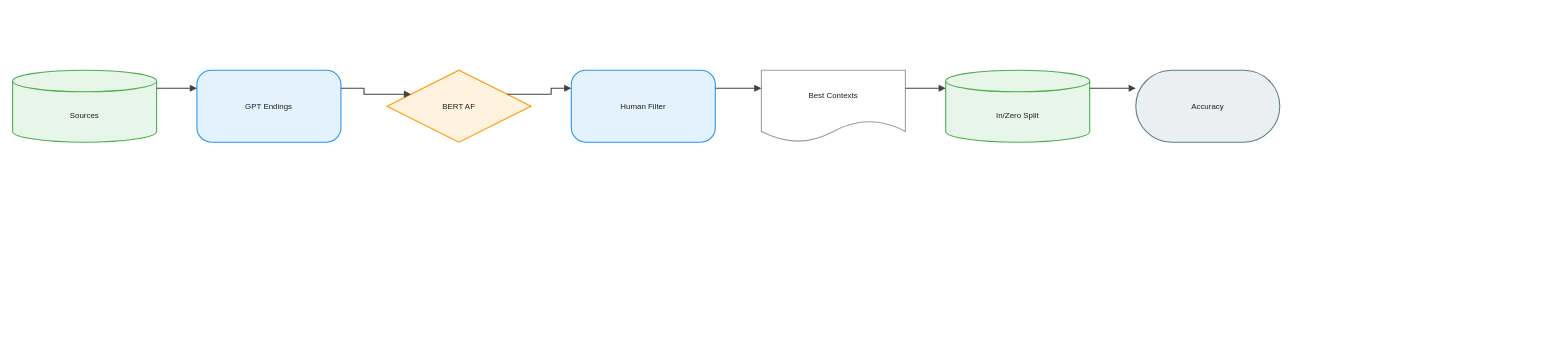
This is client/public/drawio/HellaSwag/HellaSwag.en.drawio from joe1chief/benchmark-hub, a draw.io file, before an edit. Source tidied: cells renumbered, new cells numbered last; positions are measured from the earlier drawing's top-left corner, leaving out a move shared by most shapes. Both pictures are drawn from the tidied source at 72%, with x=0, y=0 at pixel (12, 70).
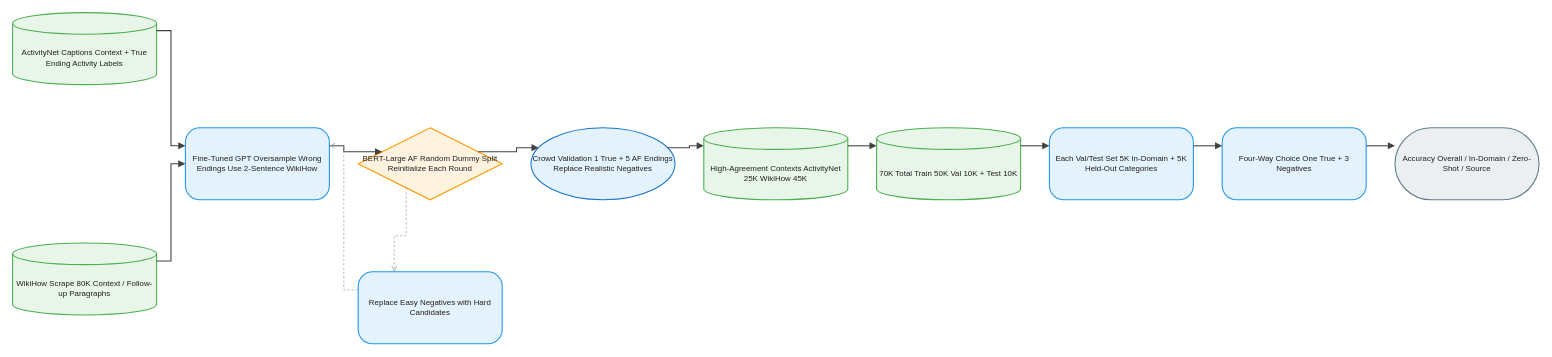
The same page after the edit.

Diff of the diagram source:
```diff
@@
-    <mxCell id="2" value="Sources" style="shape=cylinder3;boundedLbl=1;backgroundOutline=1;size=15;html=1;whiteSpace=wrap;fillColor=#E8F5E9;strokeColor=#4CAF50;strokeWidth=1.5;fontColor=#212121;fontSize=11;fontFamily=Arial, Helvetica, sans-serif;verticalAlign=middle;align=center;" parent="1" vertex="1">
-      <mxGeometry width="200" height="100" as="geometry" />
+    <mxCell id="2" value="ActivityNet Captions Context + True Ending Activity Labels" style="shape=cylinder3;boundedLbl=1;backgroundOutline=1;size=15;html=1;whiteSpace=wrap;fillColor=#E8F5E9;strokeColor=#4CAF50;strokeWidth=1.5;fontColor=#212121;fontSize=11;fontFamily=Arial, Helvetica, sans-serif;verticalAlign=middle;align=center;" parent="1" vertex="1">
+      <mxGeometry y="-80" width="200" height="100" as="geometry" />
     </mxCell>
-    <mxCell id="3" value="GPT Endings" style="rounded=1;arcSize=20;html=1;whiteSpace=wrap;fillColor=#E3F2FD;strokeColor=#2196F3;strokeWidth=1.5;fontColor=#212121;fontSize=11;fontFamily=Arial, Helvetica, sans-serif;verticalAlign=middle;align=center;" parent="1" vertex="1">
-      <mxGeometry x="256" width="200" height="100" as="geometry" />
+    <mxCell id="3" value="WikiHow Scrape 80K Context / Follow-up Paragraphs" style="shape=cylinder3;boundedLbl=1;backgroundOutline=1;size=15;html=1;whiteSpace=wrap;fillColor=#E8F5E9;strokeColor=#4CAF50;strokeWidth=1.5;fontColor=#212121;fontSize=11;fontFamily=Arial, Helvetica, sans-serif;verticalAlign=middle;align=center;" parent="1" vertex="1">
+      <mxGeometry y="240" width="200" height="100" as="geometry" />
     </mxCell>
-    <mxCell id="4" value="BERT AF" style="rhombus;html=1;whiteSpace=wrap;fillColor=#FFF3E0;strokeColor=#FF9800;strokeWidth=1.5;fontColor=#212121;fontSize=11;fontFamily=Arial, Helvetica, sans-serif;verticalAlign=middle;align=center;" parent="1" vertex="1">
-      <mxGeometry x="520" width="200" height="100" as="geometry" />
+    <mxCell id="4" value="Fine-Tuned GPT Oversample Wrong Endings Use 2-Sentence WikiHow" style="rounded=1;arcSize=20;html=1;whiteSpace=wrap;fillColor=#E3F2FD;strokeColor=#2196F3;strokeWidth=1.5;fontColor=#212121;fontSize=11;fontFamily=Arial, Helvetica, sans-serif;verticalAlign=middle;align=center;" parent="1" vertex="1">
+      <mxGeometry x="240" y="80" width="200" height="100" as="geometry" />
     </mxCell>
-    <mxCell id="5" value="Human Filter" style="rounded=1;arcSize=20;html=1;whiteSpace=wrap;fillColor=#E3F2FD;strokeColor=#2196F3;strokeWidth=1.5;fontColor=#212121;fontSize=11;fontFamily=Arial, Helvetica, sans-serif;verticalAlign=middle;align=center;" parent="1" vertex="1">
-      <mxGeometry x="776" width="200" height="100" as="geometry" />
+    <mxCell id="5" value="BERT-Large AF Random Dummy Split Reinitialize Each Round" style="rhombus;html=1;whiteSpace=wrap;fillColor=#FFF3E0;strokeColor=#FF9800;strokeWidth=1.5;fontColor=#212121;fontSize=11;fontFamily=Arial, Helvetica, sans-serif;verticalAlign=middle;align=center;" parent="1" vertex="1">
+      <mxGeometry x="480" y="80" width="200" height="100" as="geometry" />
     </mxCell>
-    <mxCell id="6" value="Best Contexts" style="shape=document;boundedLbl=1;html=1;whiteSpace=wrap;fillColor=#FFFFFF;strokeColor=#9E9E9E;strokeWidth=1.5;fontColor=#212121;fontSize=11;fontFamily=Arial, Helvetica, sans-serif;verticalAlign=middle;align=center;" parent="1" vertex="1">
-      <mxGeometry x="1040" width="200" height="100" as="geometry" />
+    <mxCell id="6" value="Replace Easy Negatives with Hard Candidates" style="rounded=1;arcSize=20;html=1;whiteSpace=wrap;fillColor=#E3F2FD;strokeColor=#2196F3;strokeWidth=1.5;fontColor=#212121;fontSize=11;fontFamily=Arial, Helvetica, sans-serif;verticalAlign=middle;align=center;" parent="1" vertex="1">
+      <mxGeometry x="480" y="280" width="200" height="100" as="geometry" />
     </mxCell>
-    <mxCell id="7" value="In/Zero Split" style="shape=cylinder3;boundedLbl=1;backgroundOutline=1;size=15;html=1;whiteSpace=wrap;fillColor=#E8F5E9;strokeColor=#4CAF50;strokeWidth=1.5;fontColor=#212121;fontSize=11;fontFamily=Arial, Helvetica, sans-serif;verticalAlign=middle;align=center;" parent="1" vertex="1">
-      <mxGeometry x="1296" width="200" height="100" as="geometry" />
+    <mxCell id="7" value="Crowd Validation 1 True + 5 AF Endings Replace Realistic Negatives" style="ellipse;html=1;whiteSpace=wrap;fillColor=#E3F2FD;strokeColor=#1976D2;strokeWidth=1.5;fontColor=#212121;fontSize=11;fontFamily=Arial, Helvetica, sans-serif;verticalAlign=middle;align=center;" parent="1" vertex="1">
+      <mxGeometry x="720" y="80" width="200" height="100" as="geometry" />
     </mxCell>
-    <mxCell id="8" value="Accuracy" style="rounded=1;arcSize=50;html=1;whiteSpace=wrap;fillColor=#ECEFF1;strokeColor=#607D8B;strokeWidth=1.5;fontColor=#212121;fontSize=11;fontFamily=Arial, Helvetica, sans-serif;verticalAlign=middle;align=center;" parent="1" vertex="1">
-      <mxGeometry x="1560" width="200" height="100" as="geometry" />
+    <mxCell id="8" value="High-Agreement Contexts ActivityNet 25K WikiHow 45K" style="shape=cylinder3;boundedLbl=1;backgroundOutline=1;size=15;html=1;whiteSpace=wrap;fillColor=#E8F5E9;strokeColor=#4CAF50;strokeWidth=1.5;fontColor=#212121;fontSize=11;fontFamily=Arial, Helvetica, sans-serif;verticalAlign=middle;align=center;" parent="1" vertex="1">
+      <mxGeometry x="960" y="80" width="200" height="100" as="geometry" />
     </mxCell>
-    <mxCell id="9" style="edgeStyle=orthogonalEdgeStyle;rounded=0;jettySize=auto;html=1;strokeColor=#424242;strokeWidth=1.5;endArrow=block;endFill=1;exitX=1;exitY=0.25;exitDx=0;exitDy=0;entryX=0;entryY=0.25;entryDx=0;entryDy=0;jumpStyle=arc;jumpSize=8;" parent="1" edge="1" source="2" target="3">
-      <mxGeometry relative="1" as="geometry" />
+    <mxCell id="9" value="70K Total Train 50K Val 10K + Test 10K" style="shape=cylinder3;boundedLbl=1;backgroundOutline=1;size=15;html=1;whiteSpace=wrap;fillColor=#E8F5E9;strokeColor=#4CAF50;strokeWidth=1.5;fontColor=#212121;fontSize=11;fontFamily=Arial, Helvetica, sans-serif;verticalAlign=middle;align=center;" parent="1" vertex="1">
+      <mxGeometry x="1200" y="80" width="200" height="100" as="geometry" />
     </mxCell>
-    <mxCell id="10" style="edgeStyle=orthogonalEdgeStyle;rounded=0;jettySize=auto;html=1;strokeColor=#424242;strokeWidth=1.5;endArrow=block;endFill=1;exitX=1;exitY=0.25;exitDx=0;exitDy=0;entryX=0;entryY=0.25;entryDx=0;entryDy=0;jumpStyle=arc;jumpSize=8;" parent="1" edge="1" source="3" target="4">
-      <mxGeometry relative="1" as="geometry" />
+    <mxCell id="10" value="Each Val/Test Set 5K In-Domain + 5K Held-Out Categories" style="rounded=1;arcSize=20;html=1;whiteSpace=wrap;fillColor=#E3F2FD;strokeColor=#2196F3;strokeWidth=1.5;fontColor=#212121;fontSize=11;fontFamily=Arial, Helvetica, sans-serif;verticalAlign=middle;align=center;" parent="1" vertex="1">
+      <mxGeometry x="1440" y="80" width="200" height="100" as="geometry" />
     </mxCell>
-    <mxCell id="11" style="edgeStyle=orthogonalEdgeStyle;rounded=0;jettySize=auto;html=1;strokeColor=#424242;strokeWidth=1.5;endArrow=block;endFill=1;exitX=1;exitY=0.25;exitDx=0;exitDy=0;entryX=0;entryY=0.25;entryDx=0;entryDy=0;jumpStyle=arc;jumpSize=8;" parent="1" edge="1" source="4" target="5">
-      <mxGeometry relative="1" as="geometry" />
+    <mxCell id="11" value="Four-Way Choice One True + 3 Negatives" style="rounded=1;arcSize=20;html=1;whiteSpace=wrap;fillColor=#E3F2FD;strokeColor=#2196F3;strokeWidth=1.5;fontColor=#212121;fontSize=11;fontFamily=Arial, Helvetica, sans-serif;verticalAlign=middle;align=center;" parent="1" vertex="1">
+      <mxGeometry x="1680" y="80" width="200" height="100" as="geometry" />
     </mxCell>
-    <mxCell id="12" style="edgeStyle=orthogonalEdgeStyle;rounded=0;jettySize=auto;html=1;strokeColor=#424242;strokeWidth=1.5;endArrow=block;endFill=1;exitX=1;exitY=0.25;exitDx=0;exitDy=0;entryX=0;entryY=0.25;entryDx=0;entryDy=0;jumpStyle=arc;jumpSize=8;" parent="1" edge="1" source="5" target="6">
-      <mxGeometry relative="1" as="geometry" />
+    <mxCell id="12" value="Accuracy Overall / In-Domain / Zero-Shot / Source" style="rounded=1;arcSize=50;html=1;whiteSpace=wrap;fillColor=#ECEFF1;strokeColor=#607D8B;strokeWidth=1.5;fontColor=#212121;fontSize=11;fontFamily=Arial, Helvetica, sans-serif;verticalAlign=middle;align=center;" parent="1" vertex="1">
+      <mxGeometry x="1920" y="80" width="200" height="100" as="geometry" />
     </mxCell>
-    <mxCell id="13" style="edgeStyle=orthogonalEdgeStyle;rounded=0;jettySize=auto;html=1;strokeColor=#424242;strokeWidth=1.5;endArrow=block;endFill=1;exitX=1;exitY=0.25;exitDx=0;exitDy=0;entryX=0;entryY=0.25;entryDx=0;entryDy=0;jumpStyle=arc;jumpSize=8;" parent="1" edge="1" source="6" target="7">
+    <mxCell id="13" style="edgeStyle=orthogonalEdgeStyle;rounded=0;jettySize=auto;html=1;strokeColor=#424242;strokeWidth=1.5;endArrow=block;endFill=1;exitX=1;exitY=0.25;exitDx=0;exitDy=0;entryX=0;entryY=0.25;entryDx=0;entryDy=0;jumpStyle=arc;jumpSize=8;" parent="1" edge="1" source="2" target="4">
       <mxGeometry relative="1" as="geometry" />
     </mxCell>
-    <mxCell id="14" style="edgeStyle=orthogonalEdgeStyle;rounded=0;jettySize=auto;html=1;strokeColor=#424242;strokeWidth=1.5;endArrow=block;endFill=1;exitX=1;exitY=0.25;exitDx=0;exitDy=0;entryX=0;entryY=0.25;entryDx=0;entryDy=0;jumpStyle=arc;jumpSize=8;" parent="1" edge="1" source="7" target="8">
+    <mxCell id="14" style="edgeStyle=orthogonalEdgeStyle;rounded=0;jettySize=auto;html=1;strokeColor=#424242;strokeWidth=1.5;endArrow=block;endFill=1;exitX=1;exitY=0.25;exitDx=0;exitDy=0;entryX=0;entryY=0.5;entryDx=0;entryDy=0;jumpStyle=arc;jumpSize=8;" parent="1" edge="1" source="3" target="4">
       <mxGeometry relative="1" as="geometry" />
     </mxCell>
+    <mxCell id="15" style="edgeStyle=orthogonalEdgeStyle;rounded=0;jettySize=auto;html=1;strokeColor=#424242;strokeWidth=1.5;endArrow=block;endFill=1;exitX=1;exitY=0.25;exitDx=0;exitDy=0;entryX=0;entryY=0.25;entryDx=0;entryDy=0;jumpStyle=arc;jumpSize=8;" parent="1" edge="1" source="4" target="5">
+      <mxGeometry relative="1" as="geometry" />
+    </mxCell>
+    <mxCell id="16" style="edgeStyle=orthogonalEdgeStyle;rounded=0;jettySize=auto;html=1;strokeColor=#9E9E9E;strokeWidth=1;endArrow=open;endFill=0;exitX=0.25;exitY=1;exitDx=0;exitDy=0;entryX=0.25;entryY=0;entryDx=0;entryDy=0;dashed=1;dashPattern=3 3;jumpStyle=arc;jumpSize=8;" parent="1" edge="1" source="5" target="6">
+      <mxGeometry relative="1" as="geometry" />
+    </mxCell>
+    <mxCell id="17" style="edgeStyle=orthogonalEdgeStyle;rounded=0;jettySize=auto;html=1;strokeColor=#9E9E9E;strokeWidth=1;endArrow=open;endFill=0;exitX=0;exitY=0.25;exitDx=0;exitDy=0;entryX=1;entryY=0.25;entryDx=0;entryDy=0;dashed=1;dashPattern=3 3;jumpStyle=arc;jumpSize=8;" parent="1" edge="1" source="6" target="4">
+      <mxGeometry relative="1" as="geometry" />
+    </mxCell>
+    <mxCell id="18" style="edgeStyle=orthogonalEdgeStyle;rounded=0;jettySize=auto;html=1;strokeColor=#424242;strokeWidth=1.5;endArrow=block;endFill=1;exitX=1;exitY=0.25;exitDx=0;exitDy=0;entryX=0;entryY=0.25;entryDx=0;entryDy=0;jumpStyle=arc;jumpSize=8;" parent="1" edge="1" source="5" target="7">
+      <mxGeometry relative="1" as="geometry" />
+    </mxCell>
+    <mxCell id="19" style="edgeStyle=orthogonalEdgeStyle;rounded=0;jettySize=auto;html=1;strokeColor=#424242;strokeWidth=1.5;endArrow=block;endFill=1;exitX=1;exitY=0.25;exitDx=0;exitDy=0;entryX=0;entryY=0.25;entryDx=0;entryDy=0;jumpStyle=arc;jumpSize=8;" parent="1" edge="1" source="7" target="8">
+      <mxGeometry relative="1" as="geometry" />
+    </mxCell>
+    <mxCell id="20" style="edgeStyle=orthogonalEdgeStyle;rounded=0;jettySize=auto;html=1;strokeColor=#424242;strokeWidth=1.5;endArrow=block;endFill=1;exitX=1;exitY=0.25;exitDx=0;exitDy=0;entryX=0;entryY=0.25;entryDx=0;entryDy=0;jumpStyle=arc;jumpSize=8;" parent="1" edge="1" source="8" target="9">
+      <mxGeometry relative="1" as="geometry" />
+    </mxCell>
+    <mxCell id="21" style="edgeStyle=orthogonalEdgeStyle;rounded=0;jettySize=auto;html=1;strokeColor=#424242;strokeWidth=1.5;endArrow=block;endFill=1;exitX=1;exitY=0.25;exitDx=0;exitDy=0;entryX=0;entryY=0.25;entryDx=0;entryDy=0;jumpStyle=arc;jumpSize=8;" parent="1" edge="1" source="9" target="10">
+      <mxGeometry relative="1" as="geometry" />
+    </mxCell>
+    <mxCell id="22" style="edgeStyle=orthogonalEdgeStyle;rounded=0;jettySize=auto;html=1;strokeColor=#424242;strokeWidth=1.5;endArrow=block;endFill=1;exitX=1;exitY=0.25;exitDx=0;exitDy=0;entryX=0;entryY=0.25;entryDx=0;entryDy=0;jumpStyle=arc;jumpSize=8;" parent="1" edge="1" source="10" target="11">
+      <mxGeometry relative="1" as="geometry" />
+    </mxCell>
+    <mxCell id="23" style="edgeStyle=orthogonalEdgeStyle;rounded=0;jettySize=auto;html=1;strokeColor=#424242;strokeWidth=1.5;endArrow=block;endFill=1;exitX=1;exitY=0.25;exitDx=0;exitDy=0;entryX=0;entryY=0.25;entryDx=0;entryDy=0;jumpStyle=arc;jumpSize=8;" parent="1" edge="1" source="11" target="12">
+      <mxGeometry relative="1" as="geometry" />
+    </mxCell>
```
